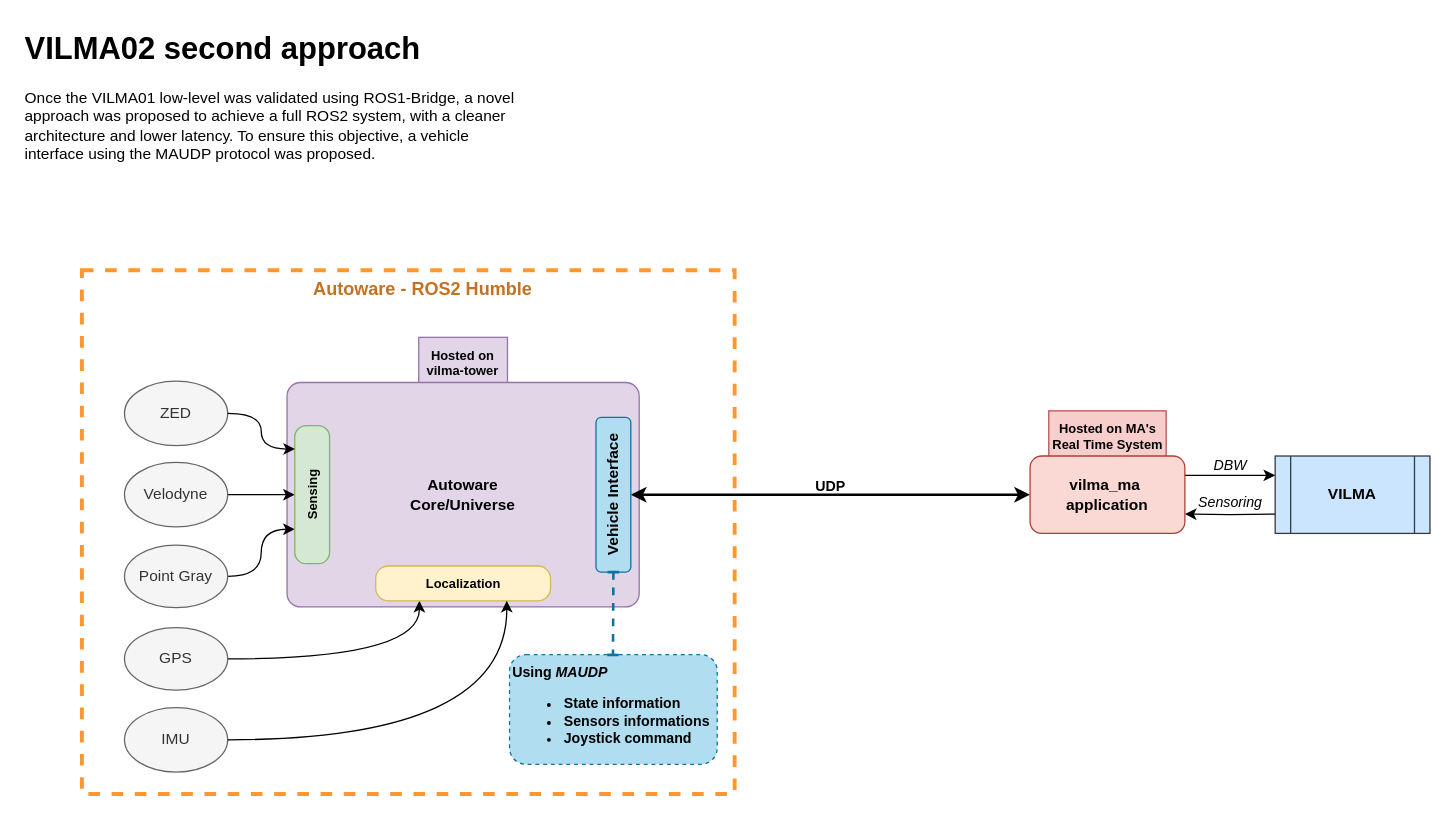
Earlier version of the draw.io diagram page "Second approach detailing" (1 of 6) of docs/VILMA02_Vehicle_Interface.drawio (LMA-FEM-UNICAMP/vilma_interface). Source tidied: cells renumbered, new cells numbered last; positions are measured from the earlier drawing's top-left corner, leaving out a move shared by most shapes. Both pictures are drawn from the tidied source at 129%, with x=0, y=0 at pixel (22, 22).
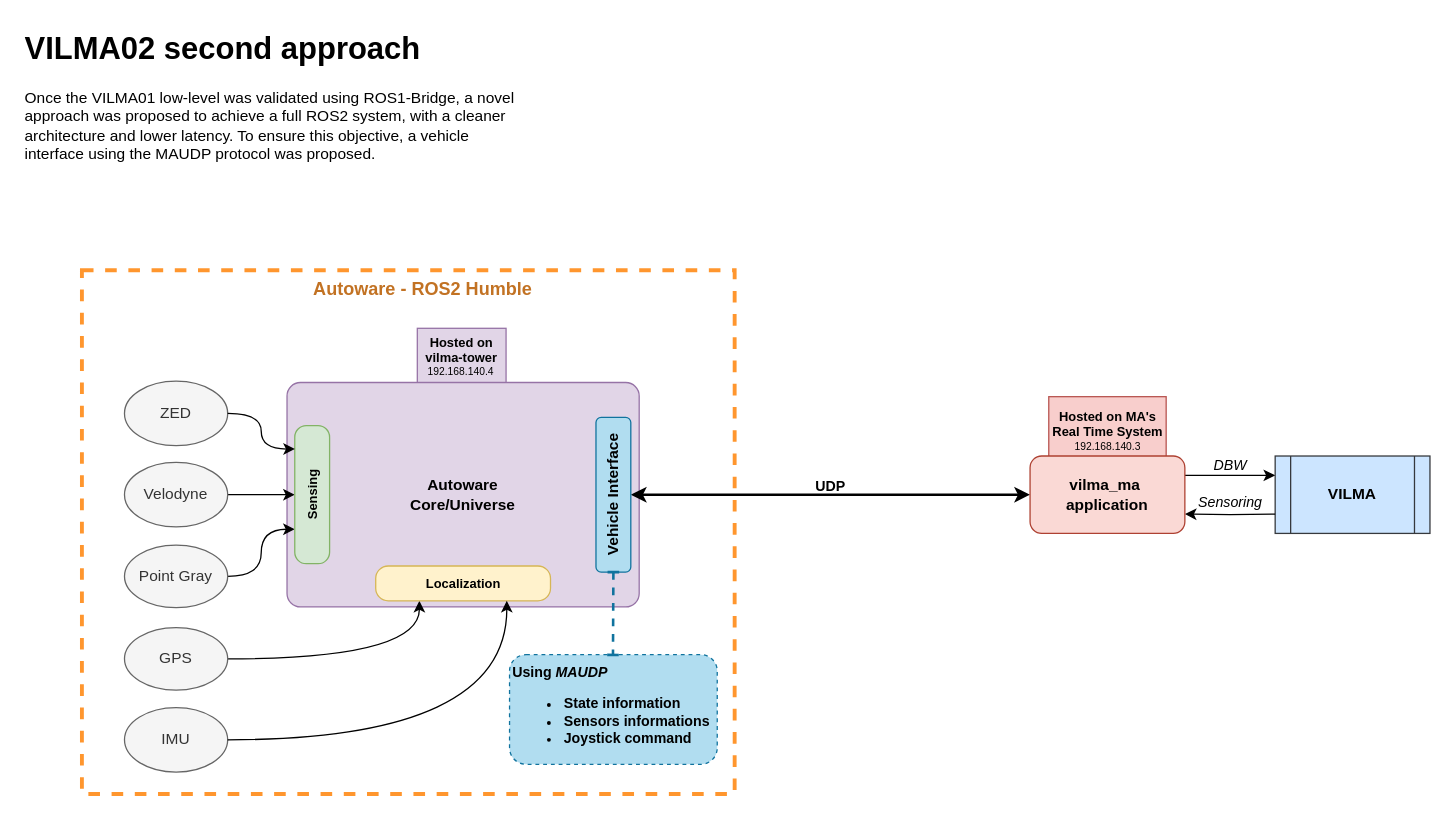
The same page after the edit.

Unchanged cells that the change refers to:
```xml
<mxCell id="2" style="group;" parent="1" vertex="1">
  <mxGeometry x="46" y="192" width="506" height="406" as="geometry" />
</mxCell>
```

Change to the diagram source:
```diff
@@
+    <mxCell id="31" style="group;" parent="1" vertex="1">
+      <mxGeometry x="795.5" y="290" width="91" height="55" as="geometry" />
+    </mxCell>
+    <mxCell id="25" value="&lt;span style=&quot;color: rgb(0, 0, 0); font-family: Helvetica; font-style: normal; font-variant-ligatures: normal; font-variant-caps: normal; font-weight: 700; letter-spacing: normal; orphans: 2; text-indent: 0px; text-transform: none; widows: 2; word-spacing: 0px; -webkit-text-stroke-width: 0px; white-space: normal; text-decoration-thickness: initial; text-decoration-style: initial; text-decoration-color: initial; float: none; display: inline !important;&quot;&gt;Hosted on MA's Real Time System&lt;/span&gt;" style="text;whiteSpace=wrap;html=1;fillColor=#f8cecc;strokeColor=#b85450;labelBackgroundColor=none;verticalAlign=middle;align=center;fontSize=10;spacingTop=-14;" parent="31" vertex="1">
+      <mxGeometry width="91" height="55" as="geometry" />
+    </mxCell>
+    <mxCell id="32" value="192.168.140.3" style="text;align=center;verticalAlign=middle;strokeColor=none;fillColor=none;fontSize=8;html=1;" parent="31" vertex="1">
+      <mxGeometry x="13.5" y="28" width="64" height="22" as="geometry" />
+    </mxCell>
@@
+    <mxCell id="33" style="group;" parent="2" vertex="1">
+      <mxGeometry x="260" y="45" width="68.8" height="48" as="geometry" />
+    </mxCell>
-    <mxCell id="5" value="Hosted on vilma-tower" style="whiteSpace=wrap;html=1;fillColor=#e1d5e7;strokeColor=#9673a6;gradientDirection=east;fontStyle=1;labelBackgroundColor=none;fontSize=10;verticalAlign=middle;" parent="1" vertex="1">
-      <mxGeometry x="307.1" y="244" width="68.8" height="40" as="geometry" />
+    <mxCell id="5" value="Hosted on vilma-tower" style="whiteSpace=wrap;html=1;fillColor=#e1d5e7;strokeColor=#9673a6;gradientDirection=east;fontStyle=1;labelBackgroundColor=none;fontSize=10;verticalAlign=middle;spacingTop=-14;" parent="33" vertex="1">
+      <mxGeometry width="68.8" height="48" as="geometry" />
     </mxCell>
+    <mxCell id="34" value="192.168.140.4" style="text;html=1;align=center;verticalAlign=middle;whiteSpace=wrap;rounded=0;fontSize=8;" parent="33" vertex="1">
+      <mxGeometry x="10.4" y="27" width="48" height="14" as="geometry" />
+    </mxCell>
@@
-    <mxCell id="25" value="&lt;span style=&quot;color: rgb(0, 0, 0); font-family: Helvetica; font-style: normal; font-variant-ligatures: normal; font-variant-caps: normal; font-weight: 700; letter-spacing: normal; orphans: 2; text-indent: 0px; text-transform: none; widows: 2; word-spacing: 0px; -webkit-text-stroke-width: 0px; white-space: normal; text-decoration-thickness: initial; text-decoration-style: initial; text-decoration-color: initial; float: none; display: inline !important;&quot;&gt;Hosted on MA's Real Time System&lt;/span&gt;" style="text;whiteSpace=wrap;html=1;fillColor=#f8cecc;strokeColor=#b85450;labelBackgroundColor=none;verticalAlign=middle;align=center;fontSize=10;" parent="1" vertex="1">
-      <mxGeometry x="795.5" y="301" width="91" height="40" as="geometry" />
-    </mxCell>
```
